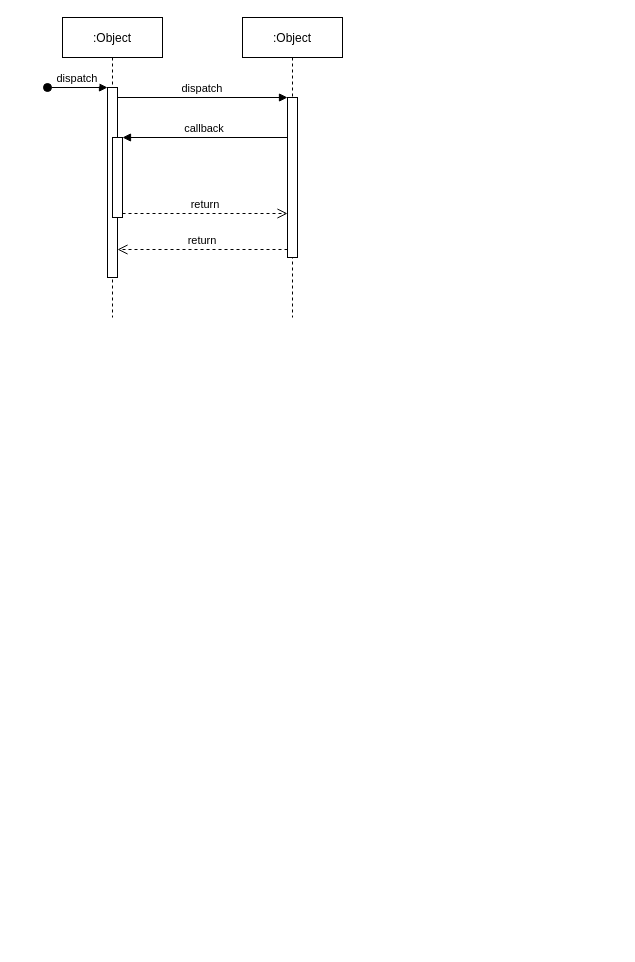
Before: 工作流.drawio in zzuklj/draw-io-respository, a draw.io diagram. Source tidied: cells renumbered, new cells numbered last; positions are measured from the earlier drawing's top-left corner, leaving out a move shared by most shapes. Both pictures are drawn from the tidied source at 100%, with x=0, y=0 at pixel (47, 17).
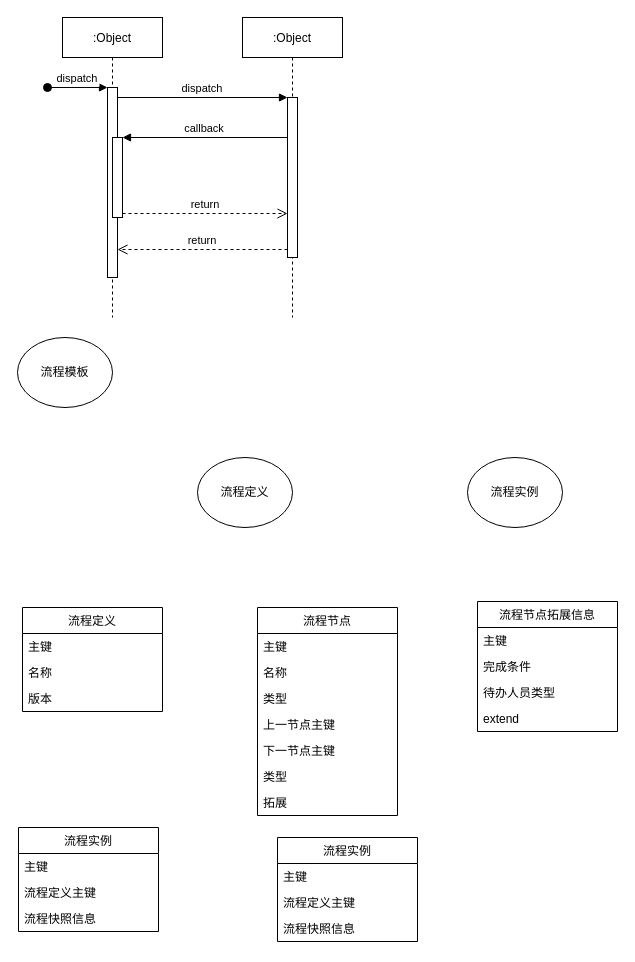
Above is the later version.

Commit message:
更新工作流.drawio

Change to the diagram source:
```diff
@@
+    <mxCell id="12" value="流程模板" style="ellipse;whiteSpace=wrap;html=1;" parent="1" vertex="1">
+      <mxGeometry x="-30" y="320" width="95" height="70" as="geometry" />
+    </mxCell>
+    <mxCell id="13" value="流程定义" style="ellipse;whiteSpace=wrap;html=1;" parent="1" vertex="1">
+      <mxGeometry x="150" y="440" width="95" height="70" as="geometry" />
+    </mxCell>
+    <mxCell id="14" value="流程实例" style="ellipse;whiteSpace=wrap;html=1;" parent="1" vertex="1">
+      <mxGeometry x="420" y="440" width="95" height="70" as="geometry" />
+    </mxCell>
+    <mxCell id="15" value="流程定义" style="swimlane;fontStyle=0;horizontal=1;startSize=26;fillColor=none;" parent="1" vertex="1">
+      <mxGeometry x="-25" y="590" width="140" height="104" as="geometry" />
+    </mxCell>
+    <mxCell id="16" value="主键" style="text;strokeColor=none;fillColor=none;align=left;verticalAlign=top;spacingLeft=4;spacingRight=4;overflow=hidden;" parent="15" vertex="1">
+      <mxGeometry y="26" width="140" height="26" as="geometry" />
+    </mxCell>
+    <mxCell id="17" value="名称" style="text;strokeColor=none;fillColor=none;align=left;verticalAlign=top;spacingLeft=4;spacingRight=4;overflow=hidden;" parent="15" vertex="1">
+      <mxGeometry y="52" width="140" height="26" as="geometry" />
+    </mxCell>
+    <mxCell id="18" value="版本" style="text;strokeColor=none;fillColor=none;align=left;verticalAlign=top;spacingLeft=4;spacingRight=4;overflow=hidden;" parent="15" vertex="1">
+      <mxGeometry y="78" width="140" height="26" as="geometry" />
+    </mxCell>
+    <mxCell id="19" value="流程节点" style="swimlane;fontStyle=0;horizontal=1;startSize=26;fillColor=none;" parent="1" vertex="1">
+      <mxGeometry x="210" y="590" width="140" height="208" as="geometry" />
+    </mxCell>
+    <mxCell id="20" value="主键" style="text;strokeColor=none;fillColor=none;align=left;verticalAlign=top;spacingLeft=4;spacingRight=4;overflow=hidden;" parent="19" vertex="1">
+      <mxGeometry y="26" width="140" height="26" as="geometry" />
+    </mxCell>
+    <mxCell id="21" value="名称" style="text;strokeColor=none;fillColor=none;align=left;verticalAlign=top;spacingLeft=4;spacingRight=4;overflow=hidden;" parent="19" vertex="1">
+      <mxGeometry y="52" width="140" height="26" as="geometry" />
+    </mxCell>
+    <mxCell id="22" value="类型" style="text;strokeColor=none;fillColor=none;align=left;verticalAlign=top;spacingLeft=4;spacingRight=4;overflow=hidden;" parent="19" vertex="1">
+      <mxGeometry y="78" width="140" height="26" as="geometry" />
+    </mxCell>
+    <mxCell id="23" value="上一节点主键" style="text;strokeColor=none;fillColor=none;align=left;verticalAlign=top;spacingLeft=4;spacingRight=4;overflow=hidden;" parent="19" vertex="1">
+      <mxGeometry y="104" width="140" height="26" as="geometry" />
+    </mxCell>
+    <mxCell id="24" value="下一节点主键" style="text;strokeColor=none;fillColor=none;align=left;verticalAlign=top;spacingLeft=4;spacingRight=4;overflow=hidden;" parent="19" vertex="1">
+      <mxGeometry y="130" width="140" height="26" as="geometry" />
+    </mxCell>
+    <mxCell id="25" value="类型" style="text;strokeColor=none;fillColor=none;align=left;verticalAlign=top;spacingLeft=4;spacingRight=4;overflow=hidden;" parent="19" vertex="1">
+      <mxGeometry y="156" width="140" height="26" as="geometry" />
+    </mxCell>
+    <mxCell id="26" value="拓展" style="text;strokeColor=none;fillColor=none;align=left;verticalAlign=top;spacingLeft=4;spacingRight=4;overflow=hidden;" parent="19" vertex="1">
+      <mxGeometry y="182" width="140" height="26" as="geometry" />
+    </mxCell>
+    <mxCell id="27" value="流程节点拓展信息" style="swimlane;fontStyle=0;horizontal=1;startSize=26;fillColor=none;" parent="1" vertex="1">
+      <mxGeometry x="430" y="584" width="140" height="130" as="geometry" />
+    </mxCell>
+    <mxCell id="28" value="主键" style="text;strokeColor=none;fillColor=none;align=left;verticalAlign=top;spacingLeft=4;spacingRight=4;overflow=hidden;" parent="27" vertex="1">
+      <mxGeometry y="26" width="140" height="26" as="geometry" />
+    </mxCell>
+    <mxCell id="29" value="完成条件" style="text;strokeColor=none;fillColor=none;align=left;verticalAlign=top;spacingLeft=4;spacingRight=4;overflow=hidden;" parent="27" vertex="1">
+      <mxGeometry y="52" width="140" height="26" as="geometry" />
+    </mxCell>
+    <mxCell id="30" value="待办人员类型" style="text;strokeColor=none;fillColor=none;align=left;verticalAlign=top;spacingLeft=4;spacingRight=4;overflow=hidden;" parent="27" vertex="1">
+      <mxGeometry y="78" width="140" height="26" as="geometry" />
+    </mxCell>
+    <mxCell id="31" value="extend" style="text;strokeColor=none;fillColor=none;align=left;verticalAlign=top;spacingLeft=4;spacingRight=4;overflow=hidden;" parent="27" vertex="1">
+      <mxGeometry y="104" width="140" height="26" as="geometry" />
+    </mxCell>
+    <mxCell id="32" value="流程实例" style="swimlane;fontStyle=0;horizontal=1;startSize=26;fillColor=none;" parent="1" vertex="1">
+      <mxGeometry x="-29" y="810" width="140" height="104" as="geometry" />
+    </mxCell>
+    <mxCell id="33" value="主键" style="text;strokeColor=none;fillColor=none;align=left;verticalAlign=top;spacingLeft=4;spacingRight=4;overflow=hidden;" parent="32" vertex="1">
+      <mxGeometry y="26" width="140" height="26" as="geometry" />
+    </mxCell>
+    <mxCell id="34" value="流程定义主键" style="text;strokeColor=none;fillColor=none;align=left;verticalAlign=top;spacingLeft=4;spacingRight=4;overflow=hidden;" parent="32" vertex="1">
+      <mxGeometry y="52" width="140" height="26" as="geometry" />
+    </mxCell>
+    <mxCell id="35" value="流程快照信息" style="text;strokeColor=none;fillColor=none;align=left;verticalAlign=top;spacingLeft=4;spacingRight=4;overflow=hidden;" parent="32" vertex="1">
+      <mxGeometry y="78" width="140" height="26" as="geometry" />
+    </mxCell>
+    <mxCell id="36" value="流程实例" style="swimlane;fontStyle=0;horizontal=1;startSize=26;fillColor=none;" parent="1" vertex="1">
+      <mxGeometry x="230" y="820" width="140" height="104" as="geometry" />
+    </mxCell>
+    <mxCell id="37" value="主键" style="text;strokeColor=none;fillColor=none;align=left;verticalAlign=top;spacingLeft=4;spacingRight=4;overflow=hidden;" parent="36" vertex="1">
+      <mxGeometry y="26" width="140" height="26" as="geometry" />
+    </mxCell>
+    <mxCell id="38" value="流程定义主键" style="text;strokeColor=none;fillColor=none;align=left;verticalAlign=top;spacingLeft=4;spacingRight=4;overflow=hidden;" parent="36" vertex="1">
+      <mxGeometry y="52" width="140" height="26" as="geometry" />
+    </mxCell>
+    <mxCell id="39" value="流程快照信息" style="text;strokeColor=none;fillColor=none;align=left;verticalAlign=top;spacingLeft=4;spacingRight=4;overflow=hidden;" parent="36" vertex="1">
+      <mxGeometry y="78" width="140" height="26" as="geometry" />
+    </mxCell>
```
